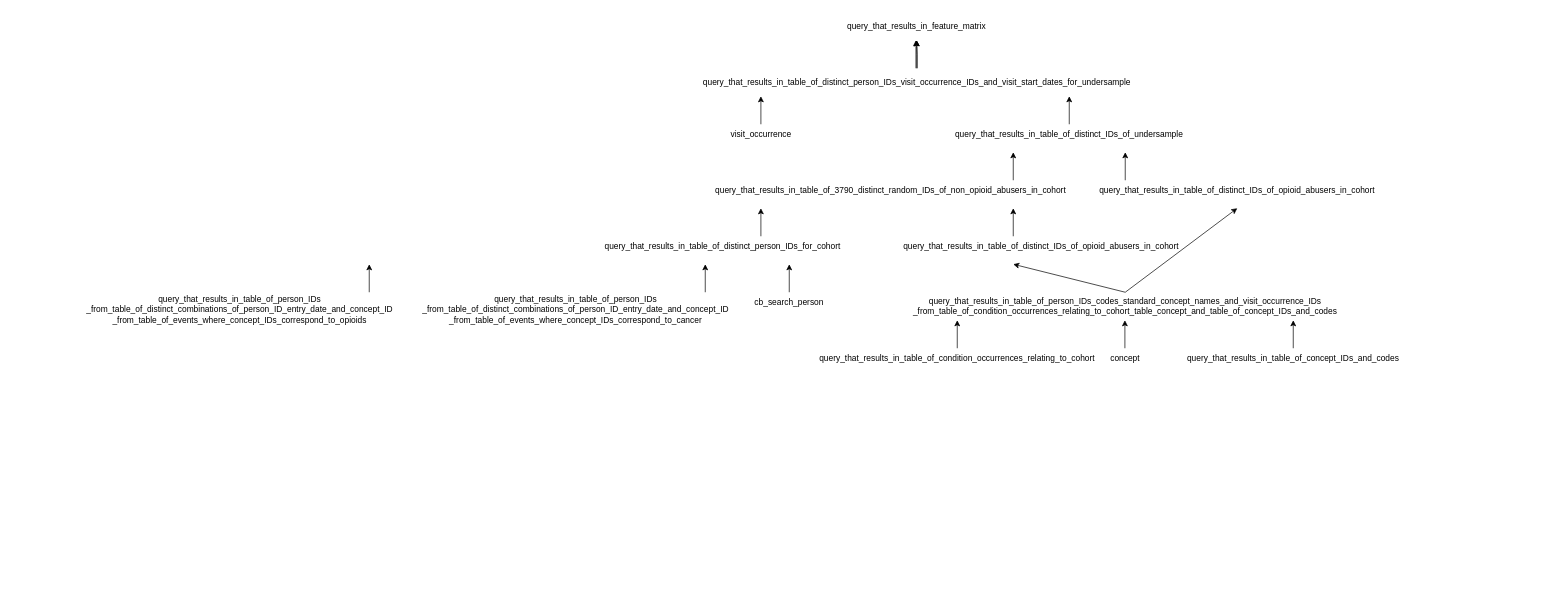
tslever/Opioid_Abuse_Predictor keeps this draw.io diagram as opioidabusepredictor/Map_Of_Queries.drawio. Above is the earlier version. Source tidied: cells renumbered, new cells numbered last; positions are measured from the earlier drawing's top-left corner, leaving out a move shared by most shapes. Both pictures are drawn from the tidied source at 70%, with x=0, y=0 at pixel (82, 12).
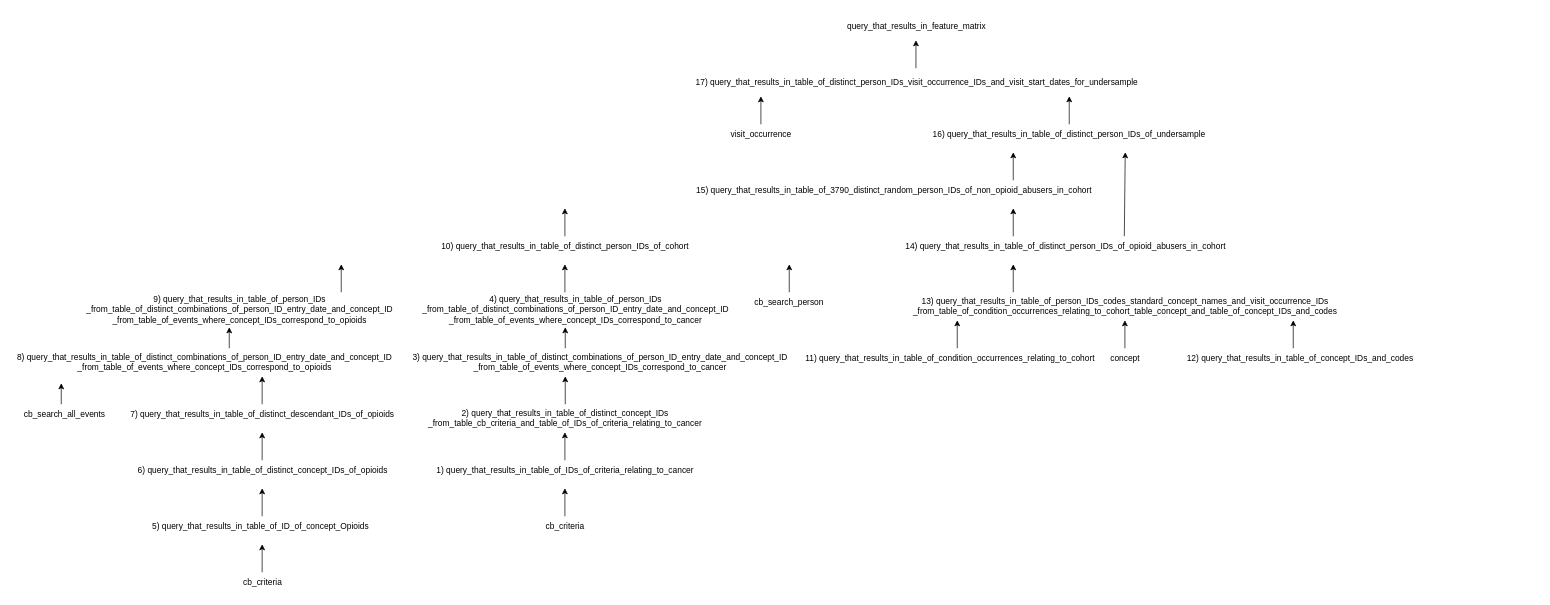
The same diagram, later.

Unchanged cells that the change refers to:
```xml
<mxCell id="2" value="query_that_results_in_feature_matrix" style="text;html=1;strokeColor=none;fillColor=none;align=center;verticalAlign=middle;whiteSpace=wrap;rounded=0;" parent="1" vertex="1">
  <mxGeometry x="1087" width="210" height="40" as="geometry" />
</mxCell>
```

Diff of the diagram source:
```diff
@@
-    <mxCell id="3" style="edgeStyle=orthogonalEdgeStyle;rounded=0;jettySize=auto;html=1;" parent="1" edge="1" source="5" target="2">
-      <mxGeometry relative="1" as="geometry" />
-    </mxCell>
-    <mxCell id="4" style="edgeStyle=orthogonalEdgeStyle;rounded=0;jettySize=auto;html=1;" parent="1" edge="1" source="5" target="2">
-      <mxGeometry relative="1" as="geometry" />
-    </mxCell>
-    <mxCell id="5" value="query_that_results_in_table_of_distinct_person_IDs_visit_occurrence_IDs_and_visit_start_dates_for_undersample" style="text;html=1;strokeColor=none;fillColor=none;align=center;verticalAlign=middle;whiteSpace=wrap;rounded=0;" parent="1" vertex="1">
-      <mxGeometry x="880" y="80" width="625" height="40" as="geometry" />
+    <mxCell id="5" value="17) query_that_results_in_table_of_distinct_person_IDs_visit_occurrence_IDs_and_visit_start_dates_for_undersample" style="text;html=1;strokeColor=none;fillColor=none;align=center;verticalAlign=middle;whiteSpace=wrap;rounded=0;" parent="1" vertex="1">
+      <mxGeometry x="869.5" y="80" width="645" height="40" as="geometry" />
     </mxCell>
@@
-    <mxCell id="10" value="query_that_results_in_table_of_distinct_IDs_of_undersample" style="text;html=1;strokeColor=none;fillColor=none;align=center;verticalAlign=middle;whiteSpace=wrap;rounded=0;" parent="1" vertex="1">
-      <mxGeometry x="1240" y="160" width="340" height="30" as="geometry" />
+    <mxCell id="10" value="16) query_that_results_in_table_of_distinct_person_IDs_of_undersample" style="text;html=1;strokeColor=none;fillColor=none;align=center;verticalAlign=middle;whiteSpace=wrap;rounded=0;" parent="1" vertex="1">
+      <mxGeometry x="1210" y="160" width="400" height="30" as="geometry" />
     </mxCell>
-    <mxCell id="11" value="query_that_results_in_table_of_3790_distinct_random_IDs_of_non_opioid_abusers_in_cohort" style="text;html=1;strokeColor=none;fillColor=none;align=center;verticalAlign=middle;whiteSpace=wrap;rounded=0;" parent="1" vertex="1">
-      <mxGeometry x="900" y="240" width="510" height="30" as="geometry" />
+    <mxCell id="11" value="15) query_that_results_in_table_of_3790_distinct_random_person_IDs_of_non_opioid_abusers_in_cohort" style="text;html=1;strokeColor=none;fillColor=none;align=center;verticalAlign=middle;whiteSpace=wrap;rounded=0;" parent="1" vertex="1">
+      <mxGeometry x="870" y="240" width="580" height="30" as="geometry" />
     </mxCell>
@@
-    <mxCell id="13" style="endArrow=classic;html=1;rounded=0;" parent="1" edge="1">
+    <mxCell id="13" style="endArrow=classic;html=1;rounded=0;exitX=0.678;exitY=0;exitDx=0;exitDy=0;exitPerimeter=0;" parent="1" edge="1" source="18">
       <mxGeometry relative="1" as="geometry">
-        <mxPoint x="1490" y="240" as="sourcePoint" />
         <mxPoint x="1490" y="200" as="targetPoint" />
       </mxGeometry>
     </mxCell>
-    <mxCell id="14" value="query_that_results_in_table_of_distinct_IDs_of_opioid_abusers_in_cohort" style="text;html=1;strokeColor=none;fillColor=none;align=center;verticalAlign=middle;whiteSpace=wrap;rounded=0;" parent="1" vertex="1">
-      <mxGeometry x="1450" y="240" width="400" height="30" as="geometry" />
-    </mxCell>
@@
     <mxCell id="16" style="endArrow=classic;html=1;rounded=0;" parent="1" edge="1">
       <mxGeometry relative="1" as="geometry">
-        <mxPoint x="969.5" y="320" as="sourcePoint" />
-        <mxPoint x="969.5" y="280" as="targetPoint" />
+        <mxPoint x="689.5" y="320" as="sourcePoint" />
+        <mxPoint x="689.5" y="280" as="targetPoint" />
       </mxGeometry>
     </mxCell>
-    <mxCell id="17" value="query_that_results_in_table_of_distinct_person_IDs_for_cohort" style="text;html=1;strokeColor=none;fillColor=none;align=center;verticalAlign=middle;whiteSpace=wrap;rounded=0;" parent="1" vertex="1">
-      <mxGeometry x="740" y="320" width="350" height="30" as="geometry" />
+    <mxCell id="17" value="10) query_that_results_in_table_of_distinct_person_IDs_of_cohort" style="text;html=1;strokeColor=none;fillColor=none;align=center;verticalAlign=middle;whiteSpace=wrap;rounded=0;" parent="1" vertex="1">
+      <mxGeometry x="505" y="320" width="370" height="30" as="geometry" />
     </mxCell>
-    <mxCell id="18" value="query_that_results_in_table_of_distinct_IDs_of_opioid_abusers_in_cohort" style="text;html=1;strokeColor=none;fillColor=none;align=center;verticalAlign=middle;whiteSpace=wrap;rounded=0;" parent="1" vertex="1">
-      <mxGeometry x="1170" y="320" width="400" height="30" as="geometry" />
+    <mxCell id="18" value="14) query_that_results_in_table_of_distinct_person_IDs_of_opioid_abusers_in_cohort" style="text;html=1;strokeColor=none;fillColor=none;align=center;verticalAlign=middle;whiteSpace=wrap;rounded=0;" parent="1" vertex="1">
+      <mxGeometry x="1170" y="320" width="470" height="30" as="geometry" />
     </mxCell>
-    <mxCell id="19" style="endArrow=classic;html=1;rounded=0;" parent="1" edge="1">
+    <mxCell id="19" style="endArrow=classic;html=1;rounded=0;exitX=0.242;exitY=0;exitDx=0;exitDy=0;exitPerimeter=0;" parent="1" edge="1" source="21">
       <mxGeometry relative="1" as="geometry">
-        <mxPoint x="1490" y="400" as="sourcePoint" />
         <mxPoint x="1330" y="360" as="targetPoint" />
       </mxGeometry>
     </mxCell>
-    <mxCell id="20" style="endArrow=classic;html=1;rounded=0;" parent="1" edge="1">
-      <mxGeometry relative="1" as="geometry">
-        <mxPoint x="1490" y="400" as="sourcePoint" />
-        <mxPoint x="1650" y="280" as="targetPoint" />
-      </mxGeometry>
-    </mxCell>
-    <mxCell id="21" value="query_that_results_in_table_of_person_IDs_codes_standard_concept_names_and_visit_occurrence_IDs&lt;br&gt;_from_table_of_condition_occurrences_relating_to_cohort_table_concept_and_table_of_concept_IDs_and_codes" style="text;html=1;strokeColor=none;fillColor=none;align=center;verticalAlign=middle;whiteSpace=wrap;rounded=0;" parent="1" vertex="1">
-      <mxGeometry x="900" y="400" width="1180" height="40" as="geometry" />
+    <mxCell id="21" value="13) query_that_results_in_table_of_person_IDs_codes_standard_concept_names_and_visit_occurrence_IDs&lt;br&gt;_from_table_of_condition_occurrences_relating_to_cohort_table_concept_and_table_of_concept_IDs_and_codes" style="text;html=1;strokeColor=none;fillColor=none;align=center;verticalAlign=middle;whiteSpace=wrap;rounded=0;" parent="1" vertex="1">
+      <mxGeometry x="1180" y="400" width="620" height="40" as="geometry" />
     </mxCell>
@@
-    <mxCell id="23" value="query_that_results_in_table_of_condition_occurrences_relating_to_cohort" style="text;html=1;strokeColor=none;fillColor=none;align=center;verticalAlign=middle;whiteSpace=wrap;rounded=0;" parent="1" vertex="1">
-      <mxGeometry x="1050" y="480" width="400" height="30" as="geometry" />
+    <mxCell id="23" value="11) query_that_results_in_table_of_condition_occurrences_relating_to_cohort" style="text;html=1;strokeColor=none;fillColor=none;align=center;verticalAlign=middle;whiteSpace=wrap;rounded=0;" parent="1" vertex="1">
+      <mxGeometry x="1030" y="480" width="420" height="30" as="geometry" />
     </mxCell>
@@
-    <mxCell id="27" value="query_that_results_in_table_of_concept_IDs_and_codes" style="text;html=1;strokeColor=none;fillColor=none;align=center;verticalAlign=middle;whiteSpace=wrap;rounded=0;" parent="1" vertex="1">
-      <mxGeometry x="1570" y="480" width="320" height="30" as="geometry" />
+    <mxCell id="27" value="12) query_that_results_in_table_of_concept_IDs_and_codes" style="text;html=1;strokeColor=none;fillColor=none;align=center;verticalAlign=middle;whiteSpace=wrap;rounded=0;" parent="1" vertex="1">
+      <mxGeometry x="1570" y="480" width="340" height="30" as="geometry" />
     </mxCell>
@@
     <mxCell id="30" style="endArrow=classic;html=1;rounded=0;" parent="1" edge="1">
       <mxGeometry relative="1" as="geometry">
-        <mxPoint x="890" y="400" as="sourcePoint" />
-        <mxPoint x="890" y="360" as="targetPoint" />
+        <mxPoint x="689.5" y="400" as="sourcePoint" />
+        <mxPoint x="689.5" y="360" as="targetPoint" />
       </mxGeometry>
     </mxCell>
-    <mxCell id="31" value="query_that_results_in_table_of_person_IDs&lt;br&gt;_from_table_of_distinct_combinations_of_person_ID_entry_date_and_concept_ID&lt;br&gt;_from_table_of_events_where_concept_IDs_correspond_to_cancer" style="text;html=1;strokeColor=none;fillColor=none;align=center;verticalAlign=middle;whiteSpace=wrap;rounded=0;" parent="1" vertex="1">
+    <mxCell id="31" value="4) query_that_results_in_table_of_person_IDs&lt;br&gt;_from_table_of_distinct_combinations_of_person_ID_entry_date_and_concept_ID&lt;br&gt;_from_table_of_events_where_concept_IDs_correspond_to_cancer" style="text;html=1;strokeColor=none;fillColor=none;align=center;verticalAlign=middle;whiteSpace=wrap;rounded=0;" parent="1" vertex="1">
       <mxGeometry x="480" y="400" width="450" height="50" as="geometry" />
     </mxCell>
     <mxCell id="32" style="endArrow=classic;html=1;rounded=0;" parent="1" edge="1">
       <mxGeometry relative="1" as="geometry">
-        <mxPoint x="410" y="400" as="sourcePoint" />
-        <mxPoint x="410" y="360" as="targetPoint" />
+        <mxPoint x="370" y="400" as="sourcePoint" />
+        <mxPoint x="370" y="360" as="targetPoint" />
       </mxGeometry>
     </mxCell>
-    <mxCell id="33" value="query_that_results_in_table_of_person_IDs&lt;br&gt;_from_table_of_distinct_combinations_of_person_ID_entry_date_and_concept_ID&lt;br&gt;_from_table_of_events_where_concept_IDs_correspond_to_opioids" style="text;html=1;strokeColor=none;fillColor=none;align=center;verticalAlign=middle;whiteSpace=wrap;rounded=0;" parent="1" vertex="1">
+    <mxCell id="33" value="9) query_that_results_in_table_of_person_IDs&lt;br&gt;_from_table_of_distinct_combinations_of_person_ID_entry_date_and_concept_ID&lt;br&gt;_from_table_of_events_where_concept_IDs_correspond_to_opioids" style="text;html=1;strokeColor=none;fillColor=none;align=center;verticalAlign=middle;whiteSpace=wrap;rounded=0;" parent="1" vertex="1">
       <mxGeometry y="400" width="450" height="50" as="geometry" />
     </mxCell>
+    <mxCell id="34" value="3) query_that_results_in_table_of_distinct_combinations_of_person_ID_entry_date_and_concept_ID&lt;br&gt;_from_table_of_events_where_concept_IDs_correspond_to_cancer" style="text;html=1;strokeColor=none;fillColor=none;align=center;verticalAlign=middle;whiteSpace=wrap;rounded=0;" parent="1" vertex="1">
+      <mxGeometry x="470" y="480" width="540" height="40" as="geometry" />
+    </mxCell>
+    <mxCell id="35" style="endArrow=classic;html=1;rounded=0;" parent="1" edge="1">
+      <mxGeometry relative="1" as="geometry">
+        <mxPoint x="690" y="480" as="sourcePoint" />
+        <mxPoint x="690" y="450" as="targetPoint" />
+      </mxGeometry>
+    </mxCell>
+    <mxCell id="36" style="endArrow=classic;html=1;rounded=0;" parent="1" edge="1">
+      <mxGeometry relative="1" as="geometry">
+        <mxPoint x="210" y="480" as="sourcePoint" />
+        <mxPoint x="210" y="450" as="targetPoint" />
+      </mxGeometry>
+    </mxCell>
+    <mxCell id="37" value="8) query_that_results_in_table_of_distinct_combinations_of_person_ID_entry_date_and_concept_ID&lt;br&gt;_from_table_of_events_where_concept_IDs_correspond_to_opioids" style="text;html=1;strokeColor=none;fillColor=none;align=center;verticalAlign=middle;whiteSpace=wrap;rounded=0;" parent="1" vertex="1">
+      <mxGeometry x="-100" y="480" width="550" height="40" as="geometry" />
+    </mxCell>
+    <mxCell id="38" style="endArrow=classic;html=1;rounded=0;" parent="1" edge="1">
+      <mxGeometry relative="1" as="geometry">
+        <mxPoint x="690" y="560" as="sourcePoint" />
+        <mxPoint x="690" y="520" as="targetPoint" />
+      </mxGeometry>
+    </mxCell>
+    <mxCell id="39" value="2) query_that_results_in_table_of_distinct_concept_IDs&lt;br&gt;_from_table_cb_criteria_and_table_of_IDs_of_criteria_relating_to_cancer" style="text;html=1;strokeColor=none;fillColor=none;align=center;verticalAlign=middle;whiteSpace=wrap;rounded=0;" parent="1" vertex="1">
+      <mxGeometry x="490" y="560" width="400" height="40" as="geometry" />
+    </mxCell>
+    <mxCell id="40" style="endArrow=classic;html=1;rounded=0;" parent="1" edge="1">
+      <mxGeometry relative="1" as="geometry">
+        <mxPoint x="689.5" y="640" as="sourcePoint" />
+        <mxPoint x="689.5" y="600" as="targetPoint" />
+      </mxGeometry>
+    </mxCell>
+    <mxCell id="41" value="1) query_that_results_in_table_of_IDs_of_criteria_relating_to_cancer" style="text;html=1;strokeColor=none;fillColor=none;align=center;verticalAlign=middle;whiteSpace=wrap;rounded=0;" parent="1" vertex="1">
+      <mxGeometry x="500" y="640" width="380" height="30" as="geometry" />
+    </mxCell>
+    <mxCell id="42" style="endArrow=classic;html=1;rounded=0;" parent="1" edge="1">
+      <mxGeometry relative="1" as="geometry">
+        <mxPoint x="257" y="720" as="sourcePoint" />
+        <mxPoint x="257" y="680" as="targetPoint" />
+      </mxGeometry>
+    </mxCell>
+    <mxCell id="43" value="5) query_that_results_in_table_of_ID_of_concept_Opioids" style="text;html=1;strokeColor=none;fillColor=none;align=center;verticalAlign=middle;whiteSpace=wrap;rounded=0;" parent="1" vertex="1">
+      <mxGeometry x="65" y="720" width="380" height="30" as="geometry" />
+    </mxCell>
+    <mxCell id="44" style="endArrow=classic;html=1;rounded=0;" parent="1" edge="1">
+      <mxGeometry relative="1" as="geometry">
+        <mxPoint x="257" y="640" as="sourcePoint" />
+        <mxPoint x="257" y="600" as="targetPoint" />
+      </mxGeometry>
+    </mxCell>
+    <mxCell id="45" value="6) query_that_results_in_table_of_distinct_concept_IDs_of_opioids" style="text;html=1;strokeColor=none;fillColor=none;align=center;verticalAlign=middle;whiteSpace=wrap;rounded=0;" parent="1" vertex="1">
+      <mxGeometry x="72.5" y="640" width="370" height="30" as="geometry" />
+    </mxCell>
+    <mxCell id="46" style="endArrow=classic;html=1;rounded=0;" parent="1" edge="1">
+      <mxGeometry relative="1" as="geometry">
+        <mxPoint x="257" y="560" as="sourcePoint" />
+        <mxPoint x="257" y="520" as="targetPoint" />
+      </mxGeometry>
+    </mxCell>
+    <mxCell id="47" value="7) query_that_results_in_table_of_distinct_descendant_IDs_of_opioids" style="text;html=1;strokeColor=none;fillColor=none;align=center;verticalAlign=middle;whiteSpace=wrap;rounded=0;" parent="1" vertex="1">
+      <mxGeometry x="65" y="560" width="385" height="30" as="geometry" />
+    </mxCell>
+    <mxCell id="48" value="cb_search_all_events" style="text;html=1;strokeColor=none;fillColor=none;align=center;verticalAlign=middle;whiteSpace=wrap;rounded=0;" parent="1" vertex="1">
+      <mxGeometry x="-90" y="560" width="130" height="30" as="geometry" />
+    </mxCell>
+    <mxCell id="49" style="endArrow=classic;html=1;rounded=0;" parent="1" edge="1">
+      <mxGeometry relative="1" as="geometry">
+        <mxPoint x="-30" y="560" as="sourcePoint" />
+        <mxPoint x="-30" y="530" as="targetPoint" />
+      </mxGeometry>
+    </mxCell>
+    <mxCell id="50" style="endArrow=classic;html=1;rounded=0;" parent="1" edge="1">
+      <mxGeometry relative="1" as="geometry">
+        <mxPoint x="689.5" y="720" as="sourcePoint" />
+        <mxPoint x="689.5" y="680" as="targetPoint" />
+      </mxGeometry>
+    </mxCell>
+    <mxCell id="51" value="cb_criteria" style="text;html=1;strokeColor=none;fillColor=none;align=center;verticalAlign=middle;whiteSpace=wrap;rounded=0;" parent="1" vertex="1">
+      <mxGeometry x="655" y="720" width="70" height="30" as="geometry" />
+    </mxCell>
+    <mxCell id="52" style="endArrow=classic;html=1;rounded=0;" parent="1" edge="1">
+      <mxGeometry relative="1" as="geometry">
+        <mxPoint x="257" y="800" as="sourcePoint" />
+        <mxPoint x="257" y="760" as="targetPoint" />
+      </mxGeometry>
+    </mxCell>
+    <mxCell id="53" value="cb_criteria" style="text;html=1;strokeColor=none;fillColor=none;align=center;verticalAlign=middle;whiteSpace=wrap;rounded=0;" parent="1" vertex="1">
+      <mxGeometry x="222.5" y="800" width="70" height="30" as="geometry" />
+    </mxCell>
```
